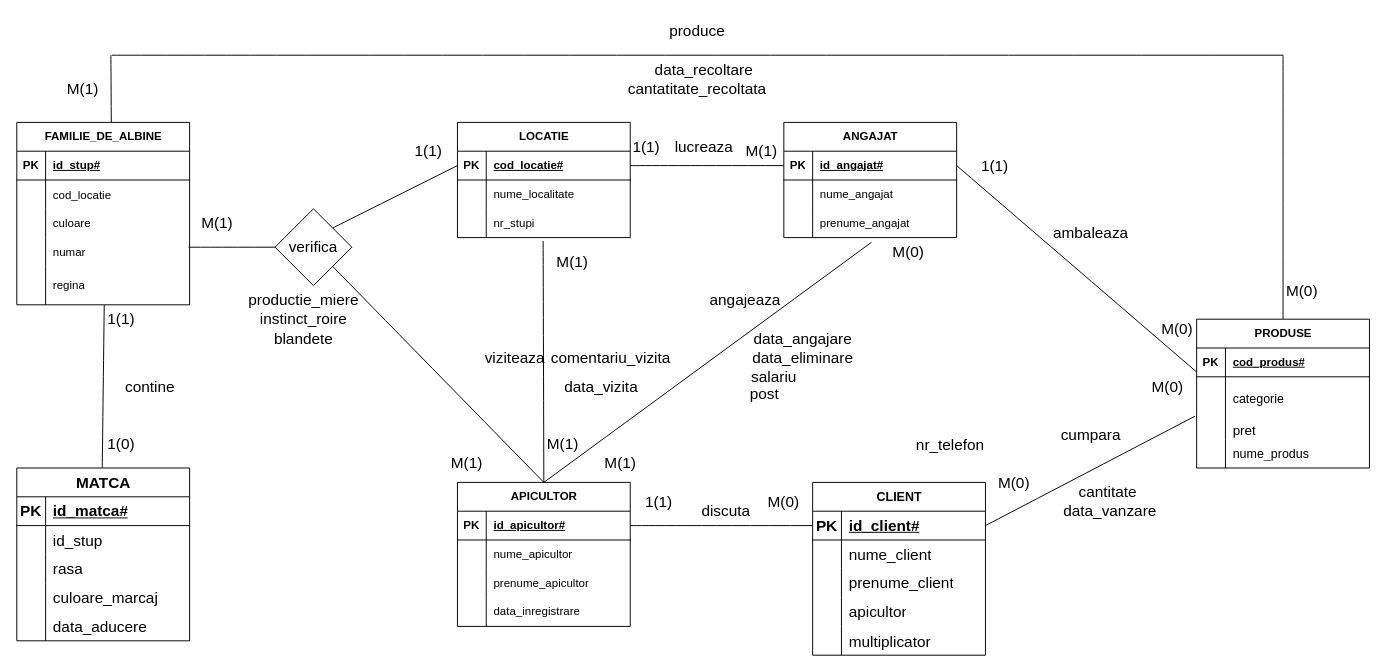
Earlier version of the draw.io diagram page "Page-1" (1 of 2) of Diagramă fără titlu.drawio (Matoka26/DataBase-Stupina). Source tidied: cells renumbered, new cells numbered last; positions are measured from the earlier drawing's top-left corner, leaving out a move shared by most shapes. Both pictures are drawn from the tidied source at 96%, with x=0, y=0 at pixel (16, 16).
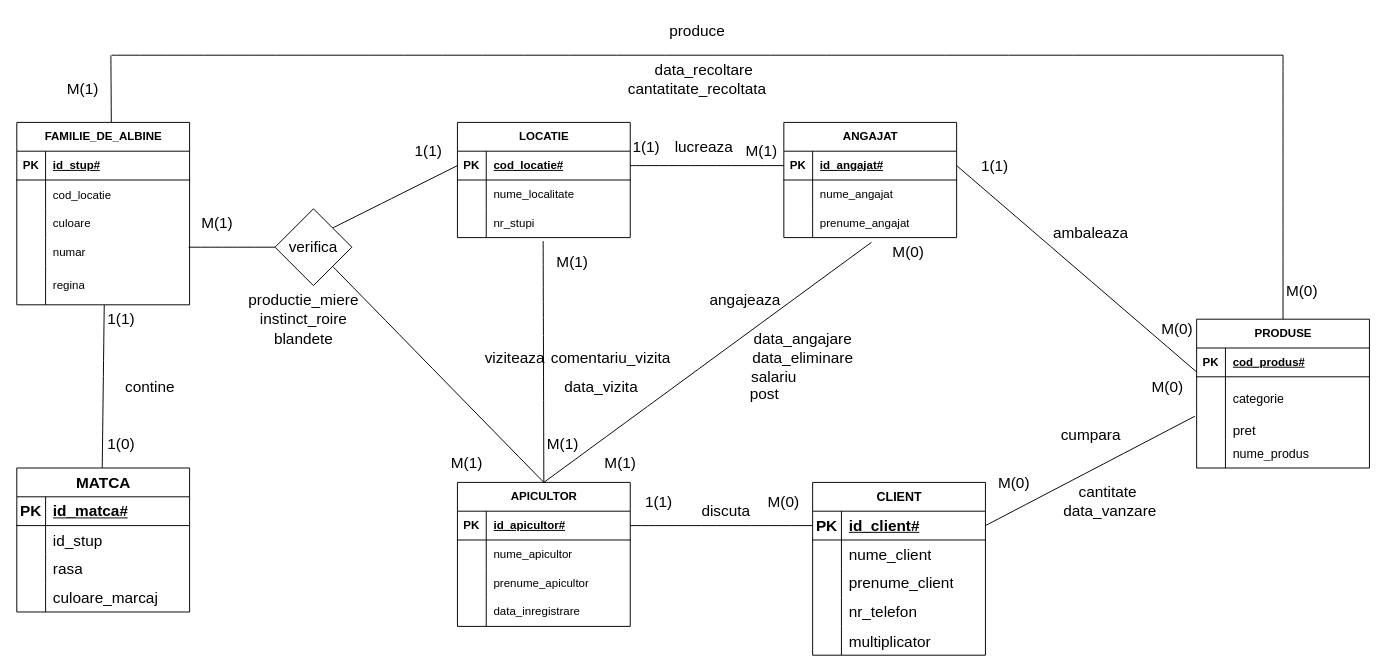
The same page after the edit.

The change refers to these unchanged cells:
```xml
<mxCell id="74" style="shape=tableRow;horizontal=0;startSize=0;swimlaneHead=0;swimlaneBody=0;fillColor=none;top=0;left=0;right=0;bottom=0;fontSize=16;" parent="64" vertex="1">
  <mxGeometry y="120" width="180" height="30" as="geometry" />
</mxCell>
```

The edit, as a diff of the source:
```diff
@@
-    <mxCell id="76" value="apicultor" style="shape=partialRectangle;fillColor=none;top=0;left=0;bottom=0;right=0;align=left;spacingLeft=6;overflow=hidden;whiteSpace=wrap;html=1;fontSize=16;" parent="74" vertex="1">
+    <mxCell id="76" value="nr_telefon" style="shape=partialRectangle;fillColor=none;top=0;left=0;bottom=0;right=0;align=left;spacingLeft=6;overflow=hidden;whiteSpace=wrap;html=1;fontSize=16;" parent="74" vertex="1">
       <mxGeometry x="30" width="150" height="30" as="geometry" />
     </mxCell>
@@
     <mxCell id="112" value="MATCA" style="shape=table;startSize=30;childLayout=tableLayout;rowLines=0;fontStyle=1;align=center;html=1;fontSize=16;" parent="1" vertex="1">
-      <mxGeometry y="470" width="180" height="180" as="geometry" />
+      <mxGeometry y="470" width="180" height="150" as="geometry" />
     </mxCell>
@@
-    <mxCell id="125" style="shape=tableRow;horizontal=0;startSize=0;swimlaneHead=0;swimlaneBody=0;fillColor=none;top=0;left=0;right=0;bottom=0;fontSize=16;" parent="112" vertex="1">
-      <mxGeometry y="150" width="180" height="30" as="geometry" />
-    </mxCell>
-    <mxCell id="126" style="shape=partialRectangle;fillColor=none;top=0;left=0;bottom=0;right=0;overflow=hidden;whiteSpace=wrap;html=1;fontSize=16;" parent="125" vertex="1">
-      <mxGeometry width="30" height="30" as="geometry" />
-    </mxCell>
-    <mxCell id="127" value="data_aducere" style="shape=partialRectangle;fillColor=none;top=0;left=0;bottom=0;right=0;align=left;spacingLeft=6;overflow=hidden;whiteSpace=wrap;html=1;fontSize=16;" parent="125" vertex="1">
-      <mxGeometry x="30" width="150" height="30" as="geometry" />
-    </mxCell>
@@
-    <mxCell id="149" style="shape=table;startSize=0;childLayout=tableLayout;rowLines=0;fontStyle=0;align=center;strokeColor=none;fillColor=none;whiteSpace=wrap;html=1;fontSize=16;" parent="1" vertex="1">
-      <mxGeometry x="899" y="430" width="180" height="30" as="geometry" />
-    </mxCell>
-    <mxCell id="150" style="shape=tableRow;horizontal=0;startSize=0;swimlaneHead=0;swimlaneBody=0;fillColor=none;top=0;left=0;right=0;bottom=0;fontSize=16;" parent="149" vertex="1">
-      <mxGeometry width="180" height="30" as="geometry" />
-    </mxCell>
-    <mxCell id="151" style="shape=partialRectangle;fillColor=none;top=0;left=0;bottom=0;right=0;overflow=hidden;fontSize=16;" parent="150" vertex="1">
-      <mxGeometry width="30" height="30" as="geometry" />
-    </mxCell>
-    <mxCell id="152" value="nr_telefon" style="shape=partialRectangle;fillColor=none;top=0;left=0;bottom=0;right=0;align=left;spacingLeft=6;overflow=hidden;fontSize=16;" parent="150" vertex="1">
-      <mxGeometry x="30" width="150" height="30" as="geometry" />
-    </mxCell>
```
